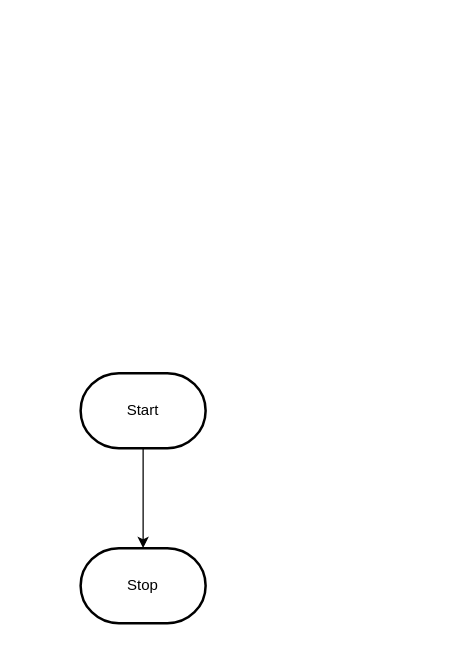
Earlier version of the draw.io diagram design/flowchart.drawio (MTHS-ICS2O-2-2022/ICS2O-Unit-5-07-charlotte-jhu). Source tidied: cells renumbered, new cells numbered last; positions are measured from the earlier drawing's top-left corner, leaving out a move shared by most shapes. Both pictures are drawn from the tidied source at 125%, with x=0, y=0 at pixel (80, 372).
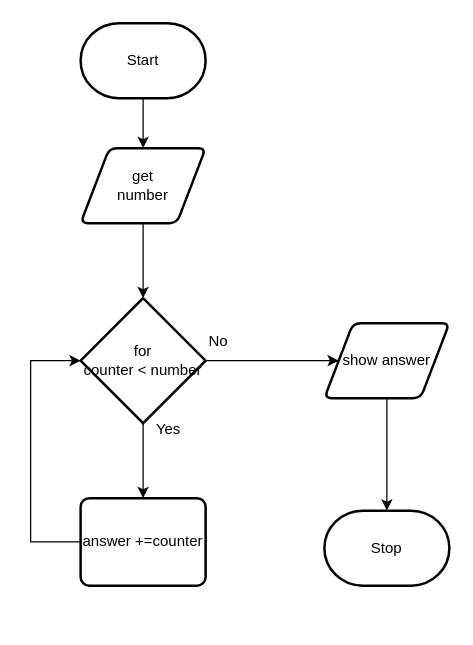
After the change.

What changed in the source:
```diff
@@
 <mxGraphModel>
   <root>
     <mxCell id="0" />
     <mxCell id="1" parent="0" />
-    <mxCell id="2" style="edgeStyle=orthogonalEdgeStyle;html=1;rounded=0;" parent="1" edge="1" source="3" target="4">
-      <mxGeometry relative="1" as="geometry" />
-    </mxCell>
+    <mxCell id="5" style="edgeStyle=orthogonalEdgeStyle;html=1;exitX=0.5;exitY=1;exitDx=0;exitDy=0;exitPerimeter=0;entryX=0.5;entryY=0;entryDx=0;entryDy=0;rounded=0;" parent="1" edge="1" source="3" target="2">
+      <mxGeometry relative="1" as="geometry" />
+    </mxCell>
     <mxCell id="3" value="Start" style="strokeWidth=2;html=1;shape=mxgraph.flowchart.terminator;whiteSpace=wrap;" parent="1" vertex="1">
-      <mxGeometry width="100" height="60" as="geometry" />
+      <mxGeometry y="-280" width="100" height="60" as="geometry" />
     </mxCell>
     <mxCell id="4" value="Stop" style="strokeWidth=2;html=1;shape=mxgraph.flowchart.terminator;whiteSpace=wrap;" parent="1" vertex="1">
-      <mxGeometry y="140" width="100" height="60" as="geometry" />
+      <mxGeometry x="195" y="110" width="100" height="60" as="geometry" />
     </mxCell>
+    <mxCell id="6" style="edgeStyle=orthogonalEdgeStyle;rounded=0;html=1;exitX=0.5;exitY=1;exitDx=0;exitDy=0;" parent="1" edge="1" source="2" target="9">
+      <mxGeometry relative="1" as="geometry" />
+    </mxCell>
+    <mxCell id="2" value="get&lt;br&gt;number" style="shape=parallelogram;html=1;strokeWidth=2;perimeter=parallelogramPerimeter;whiteSpace=wrap;rounded=1;arcSize=12;size=0.23;" parent="1" vertex="1">
+      <mxGeometry y="-180" width="100" height="60" as="geometry" />
+    </mxCell>
+    <mxCell id="7" style="edgeStyle=orthogonalEdgeStyle;rounded=0;html=1;exitX=0.5;exitY=1;exitDx=0;exitDy=0;exitPerimeter=0;entryX=0.5;entryY=0;entryDx=0;entryDy=0;" parent="1" edge="1" source="9" target="11">
+      <mxGeometry relative="1" as="geometry" />
+    </mxCell>
+    <mxCell id="8" style="edgeStyle=orthogonalEdgeStyle;rounded=0;html=1;exitX=1;exitY=0.5;exitDx=0;exitDy=0;exitPerimeter=0;entryX=0;entryY=0.5;entryDx=0;entryDy=0;" parent="1" edge="1" source="9" target="13">
+      <mxGeometry relative="1" as="geometry" />
+    </mxCell>
+    <mxCell id="9" value="for&lt;br&gt;counter &amp;lt; number" style="strokeWidth=2;html=1;shape=mxgraph.flowchart.decision;whiteSpace=wrap;" parent="1" vertex="1">
+      <mxGeometry y="-60" width="100" height="100" as="geometry" />
+    </mxCell>
+    <mxCell id="10" style="edgeStyle=orthogonalEdgeStyle;rounded=0;html=1;exitX=0;exitY=0.5;exitDx=0;exitDy=0;entryX=0;entryY=0.5;entryDx=0;entryDy=0;entryPerimeter=0;" parent="1" edge="1" source="11" target="9">
+      <mxGeometry relative="1" as="geometry">
+        <Array as="points">
+          <mxPoint x="-40" y="135" />
+          <mxPoint x="-40" y="-10" />
+        </Array>
+      </mxGeometry>
+    </mxCell>
+    <mxCell id="11" value="answer +=counter" style="rounded=1;whiteSpace=wrap;html=1;absoluteArcSize=1;arcSize=14;strokeWidth=2;" parent="1" vertex="1">
+      <mxGeometry y="100" width="100" height="70" as="geometry" />
+    </mxCell>
+    <mxCell id="12" style="edgeStyle=orthogonalEdgeStyle;rounded=0;html=1;exitX=0.5;exitY=1;exitDx=0;exitDy=0;entryX=0.5;entryY=0;entryDx=0;entryDy=0;entryPerimeter=0;" parent="1" edge="1" source="13" target="4">
+      <mxGeometry relative="1" as="geometry" />
+    </mxCell>
+    <mxCell id="13" value="show answer" style="shape=parallelogram;html=1;strokeWidth=2;perimeter=parallelogramPerimeter;whiteSpace=wrap;rounded=1;arcSize=12;size=0.23;" parent="1" vertex="1">
+      <mxGeometry x="195" y="-40" width="100" height="60" as="geometry" />
+    </mxCell>
+    <mxCell id="14" value="Yes" style="text;html=1;align=center;verticalAlign=middle;strokeColor=none;fillColor=none;" parent="1" vertex="1">
+      <mxGeometry x="50" y="30" width="40" height="30" as="geometry" />
+    </mxCell>
+    <mxCell id="15" value="No" style="text;html=1;align=center;verticalAlign=middle;strokeColor=none;fillColor=none;" parent="1" vertex="1">
+      <mxGeometry x="90" y="-40" width="40" height="30" as="geometry" />
+    </mxCell>
   </root>
 </mxGraphModel>
```
